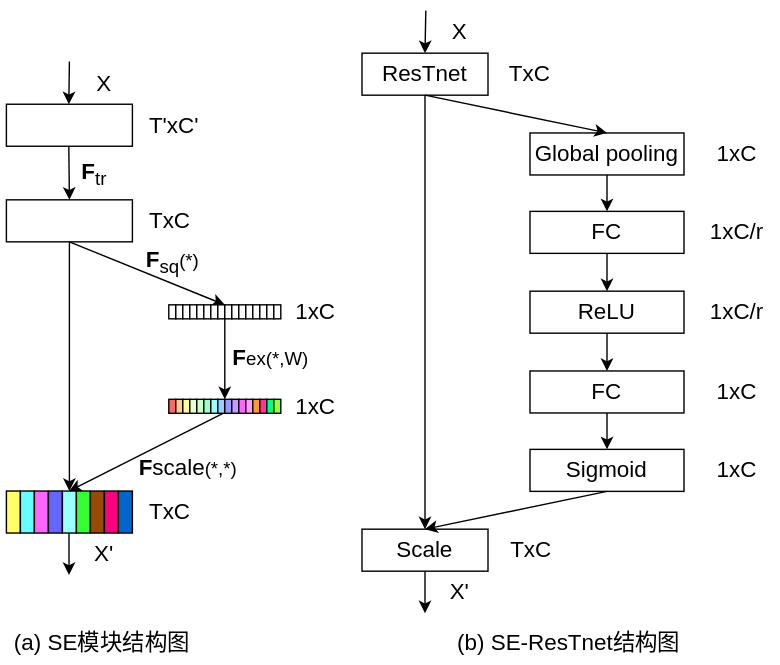
Above: littlepaper/图3 SE模块结构图.svg in wangxinzhi0/draw.io (draw.io), before the change. Source tidied: cells renumbered, new cells last; positions are measured from the earlier drawing's top-left corner, leaving out a move shared by most shapes.
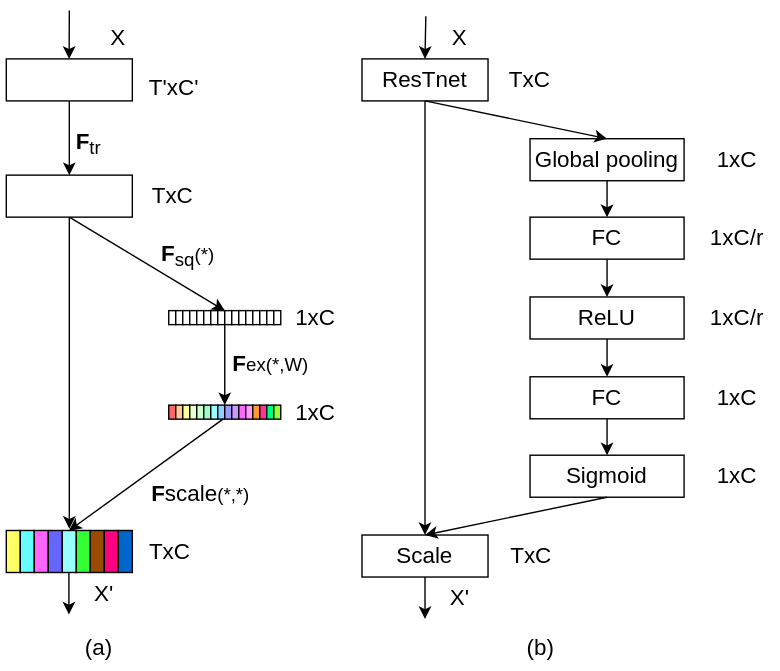
After the commit.

Commit message:
Update 图3 SE模块结构图.svg

Diff of the diagram source:
```diff
@@ -80,37 +80,38 @@
       <mxGeometry x="298" y="400.5" width="60" height="30" as="geometry" />
     </mxCell>
     <mxCell id="27" style="rounded=0;whiteSpace=wrap;html=1;" parent="1" vertex="1">
-      <mxGeometry x="4" y="67" width="90" height="30" as="geometry" />
+      <mxGeometry x="4" y="30.5" width="90" height="30" as="geometry" />
     </mxCell>
     <mxCell id="28" value="T'xC'" style="text;html=1;strokeColor=none;fillColor=none;align=center;verticalAlign=middle;whiteSpace=wrap;rounded=0;fontSize=16;" parent="1" vertex="1">
-      <mxGeometry x="94" y="67" width="60" height="30" as="geometry" />
+      <mxGeometry x="94" y="36.5" width="60" height="30" as="geometry" />
     </mxCell>
-    <mxCell id="29" style="endArrow=classic;html=1;rounded=0;fontSize=16;entryX=0.5;entryY=0;entryDx=0;entryDy=0;" parent="1" edge="1">
+    <mxCell id="29" style="endArrow=classic;html=1;rounded=0;fontSize=16;" parent="1" edge="1">
       <mxGeometry relative="1" as="geometry">
-        <mxPoint x="49" y="36.5" as="sourcePoint" />
-        <mxPoint x="48.6" y="67" as="targetPoint" />
+        <mxPoint x="49" y="-4" as="sourcePoint" />
+        <mxPoint x="48.9" y="30.5" as="targetPoint" />
+        <Array as="points">
+          <mxPoint x="48.9" y="30.5" />
+        </Array>
       </mxGeometry>
     </mxCell>
     <mxCell id="30" value="X" style="text;html=1;strokeColor=none;fillColor=none;align=center;verticalAlign=middle;whiteSpace=wrap;rounded=0;fontSize=16;" parent="1" vertex="1">
-      <mxGeometry x="44" y="37" width="60" height="30" as="geometry" />
+      <mxGeometry x="54" y="0.5" width="60" height="30" as="geometry" />
     </mxCell>
-    <mxCell id="31" style="endArrow=classic;html=1;rounded=0;fontSize=16;exitX=0.5;exitY=1;exitDx=0;exitDy=0;entryX=0.5;entryY=0;entryDx=0;entryDy=0;" parent="1" edge="1" target="33">
-      <mxGeometry relative="1" as="geometry">
-        <mxPoint x="48.6" y="97" as="sourcePoint" />
-      </mxGeometry>
+    <mxCell id="31" style="endArrow=classic;html=1;rounded=0;fontSize=16;exitX=0.5;exitY=1;exitDx=0;exitDy=0;entryX=0.5;entryY=0;entryDx=0;entryDy=0;" parent="1" edge="1" source="27" target="33">
+      <mxGeometry relative="1" as="geometry" />
     </mxCell>
     <mxCell id="32" value="&lt;b&gt;F&lt;/b&gt;&lt;sub&gt;tr&lt;/sub&gt;" style="text;html=1;strokeColor=none;fillColor=none;align=center;verticalAlign=middle;whiteSpace=wrap;rounded=0;fontSize=16;" parent="1" vertex="1">
-      <mxGeometry x="37" y="102.2" width="60" height="30" as="geometry" />
+      <mxGeometry x="32.5" y="76" width="60" height="30" as="geometry" />
     </mxCell>
     <mxCell id="33" style="rounded=0;whiteSpace=wrap;html=1;" parent="1" vertex="1">
-      <mxGeometry x="4" y="135.2" width="90" height="30" as="geometry" />
+      <mxGeometry x="4" y="113.5" width="90" height="30" as="geometry" />
     </mxCell>
     <mxCell id="34" value="TxC" style="text;html=1;strokeColor=none;fillColor=none;align=center;verticalAlign=middle;whiteSpace=wrap;rounded=0;fontSize=16;" parent="1" vertex="1">
-      <mxGeometry x="91" y="135.2" width="60" height="30" as="geometry" />
+      <mxGeometry x="92.5" y="113.5" width="60" height="30" as="geometry" />
     </mxCell>
     <mxCell id="35" style="endArrow=classic;html=1;rounded=0;fontSize=16;exitX=0.5;exitY=1;exitDx=0;exitDy=0;" parent="1" edge="1" source="33">
       <mxGeometry relative="1" as="geometry">
-        <mxPoint x="49" y="343.2" as="targetPoint" />
+        <mxPoint x="49" y="366" as="targetPoint" />
       </mxGeometry>
     </mxCell>
     <mxCell id="36" style="endArrow=classic;html=1;rounded=0;fontSize=16;exitX=0.5;exitY=1;exitDx=0;exitDy=0;entryX=0;entryY=0;entryDx=0;entryDy=0;" parent="1" edge="1" source="33" target="45">
@@ -213,7 +214,7 @@
       <mxGeometry x="195" y="277.7" width="5" height="10" as="geometry" />
     </mxCell>
     <mxCell id="69" value="&lt;b&gt;F&lt;/b&gt;&lt;sub&gt;sq&lt;/sub&gt;&lt;span style=&quot;font-size: 13.3333px&quot;&gt;(*)&lt;/span&gt;" style="text;html=1;strokeColor=none;fillColor=none;align=center;verticalAlign=middle;whiteSpace=wrap;rounded=0;fontSize=16;" parent="1" vertex="1">
-      <mxGeometry x="92.5" y="165.2" width="60" height="30" as="geometry" />
+      <mxGeometry x="104" y="156" width="60" height="30" as="geometry" />
     </mxCell>
     <mxCell id="70" style="endArrow=classic;html=1;rounded=0;fontSize=16;exitX=0.75;exitY=1;exitDx=0;exitDy=0;entryX=0.47;entryY=0.005;entryDx=0;entryDy=0;entryPerimeter=0;" parent="1" edge="1" source="60" target="81">
       <mxGeometry relative="1" as="geometry" />
@@ -225,52 +226,52 @@
       <mxGeometry x="162.5" y="233.2" width="60" height="30" as="geometry" />
     </mxCell>
     <mxCell id="73" value="&lt;b&gt;F&lt;/b&gt;scale&lt;span style=&quot;font-size: 13.3333px&quot;&gt;(*,*)&lt;/span&gt;" style="text;html=1;strokeColor=none;fillColor=none;align=center;verticalAlign=middle;whiteSpace=wrap;rounded=0;fontSize=16;" parent="1" vertex="1">
-      <mxGeometry x="104" y="310.7" width="60" height="30" as="geometry" />
+      <mxGeometry x="112.5" y="326" width="60" height="30" as="geometry" />
     </mxCell>
     <mxCell id="74" style="rounded=0;whiteSpace=wrap;html=1;fillColor=#FFFF66;" parent="1" vertex="1">
-      <mxGeometry x="4" y="343.2" width="10" height="30" as="geometry" />
+      <mxGeometry x="4" y="367.2" width="10" height="30" as="geometry" />
     </mxCell>
     <mxCell id="75" value="TxC" style="text;html=1;strokeColor=none;fillColor=none;align=center;verticalAlign=middle;whiteSpace=wrap;rounded=0;fontSize=16;" parent="1" vertex="1">
-      <mxGeometry x="91" y="343.2" width="60" height="30" as="geometry" />
+      <mxGeometry x="91" y="367.2" width="60" height="30" as="geometry" />
     </mxCell>
     <mxCell id="76" style="endArrow=classic;html=1;rounded=0;fontSize=16;exitX=0.5;exitY=1;exitDx=0;exitDy=0;" parent="1" edge="1">
       <mxGeometry relative="1" as="geometry">
-        <mxPoint x="48.7" y="373.2" as="sourcePoint" />
-        <mxPoint x="48.7" y="403.2" as="targetPoint" />
+        <mxPoint x="48.7" y="397.2" as="sourcePoint" />
+        <mxPoint x="48.7" y="427.2" as="targetPoint" />
       </mxGeometry>
     </mxCell>
     <mxCell id="77" value="X'&lt;span lang=&quot;EN-US&quot; style=&quot;font-size: 10.5pt&quot;&gt;&lt;span lang=&quot;EN-US&quot; style=&quot;font-size: 10.5pt&quot;&gt;&lt;/span&gt;&lt;/span&gt;" style="text;html=1;strokeColor=none;fillColor=none;align=center;verticalAlign=middle;whiteSpace=wrap;rounded=0;fontSize=16;" parent="1" vertex="1">
-      <mxGeometry x="44" y="373.2" width="60" height="30" as="geometry" />
+      <mxGeometry x="44" y="397.2" width="60" height="30" as="geometry" />
     </mxCell>
     <mxCell id="78" style="rounded=0;whiteSpace=wrap;html=1;fillColor=#66FFFF;" parent="1" vertex="1">
-      <mxGeometry x="14" y="343.2" width="10" height="30" as="geometry" />
+      <mxGeometry x="14" y="367.2" width="10" height="30" as="geometry" />
     </mxCell>
     <mxCell id="79" style="rounded=0;whiteSpace=wrap;html=1;fillColor=#FF66FF;" parent="1" vertex="1">
-      <mxGeometry x="24" y="343.2" width="10" height="30" as="geometry" />
+      <mxGeometry x="24" y="367.2" width="10" height="30" as="geometry" />
     </mxCell>
     <mxCell id="80" style="rounded=0;whiteSpace=wrap;html=1;fillColor=#6666FF;" parent="1" vertex="1">
-      <mxGeometry x="34" y="343.2" width="10" height="30" as="geometry" />
+      <mxGeometry x="34" y="367.2" width="10" height="30" as="geometry" />
     </mxCell>
     <mxCell id="81" style="rounded=0;whiteSpace=wrap;html=1;fillColor=#99FFFF;" parent="1" vertex="1">
-      <mxGeometry x="44" y="343.2" width="10" height="30" as="geometry" />
+      <mxGeometry x="44" y="367.2" width="10" height="30" as="geometry" />
     </mxCell>
     <mxCell id="82" style="rounded=0;whiteSpace=wrap;html=1;fillColor=#33FF33;" parent="1" vertex="1">
-      <mxGeometry x="54" y="343.2" width="10" height="30" as="geometry" />
+      <mxGeometry x="54" y="367.2" width="10" height="30" as="geometry" />
     </mxCell>
     <mxCell id="83" style="rounded=0;whiteSpace=wrap;html=1;fillColor=#994C00;" parent="1" vertex="1">
-      <mxGeometry x="64" y="343.2" width="10" height="30" as="geometry" />
+      <mxGeometry x="64" y="367.2" width="10" height="30" as="geometry" />
     </mxCell>
     <mxCell id="84" style="rounded=0;whiteSpace=wrap;html=1;fillColor=#FF0080;" parent="1" vertex="1">
-      <mxGeometry x="74" y="343.2" width="10" height="30" as="geometry" />
+      <mxGeometry x="74" y="367.2" width="10" height="30" as="geometry" />
     </mxCell>
     <mxCell id="85" style="rounded=0;whiteSpace=wrap;html=1;fillColor=#0066CC;" parent="1" vertex="1">
-      <mxGeometry x="84" y="343.2" width="10" height="30" as="geometry" />
+      <mxGeometry x="84" y="367.2" width="10" height="30" as="geometry" />
     </mxCell>
-    <mxCell id="86" value="(a) SE模块结构图" style="text;html=1;strokeColor=none;fillColor=none;align=center;verticalAlign=middle;whiteSpace=wrap;rounded=0;fontSize=16;" parent="1" vertex="1">
+    <mxCell id="86" value="(a)&amp;nbsp;" style="text;html=1;strokeColor=none;fillColor=none;align=center;verticalAlign=middle;whiteSpace=wrap;rounded=0;fontSize=16;" parent="1" vertex="1">
       <mxGeometry y="436" width="145" height="30" as="geometry" />
     </mxCell>
-    <mxCell id="87" value="(b) SE-ResTnet结构图" style="text;html=1;strokeColor=none;fillColor=none;align=center;verticalAlign=middle;whiteSpace=wrap;rounded=0;fontSize=16;" parent="1" vertex="1">
-      <mxGeometry x="316" y="436" width="180" height="30" as="geometry" />
+    <mxCell id="87" value="(b)&amp;nbsp;" style="text;html=1;strokeColor=none;fillColor=none;align=center;verticalAlign=middle;whiteSpace=wrap;rounded=0;fontSize=16;" parent="1" vertex="1">
+      <mxGeometry x="298" y="436" width="180" height="30" as="geometry" />
     </mxCell>
     <mxCell id="88" value="1xC" style="text;html=1;strokeColor=none;fillColor=none;align=center;verticalAlign=middle;whiteSpace=wrap;rounded=0;fontSize=16;" parent="1" vertex="1">
       <mxGeometry x="195" y="200.2" width="60" height="30" as="geometry" />
```
